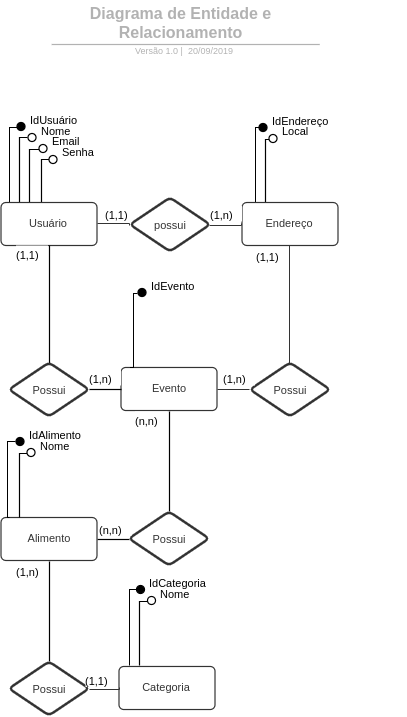
fga-eps-mds/2019.2-FoodCare keeps this draw.io diagram as docs/images/DER.png. Above is the earlier version. Source tidied: cells renumbered, new cells last; positions are measured from the earlier drawing's top-left corner, leaving out a move shared by most shapes.
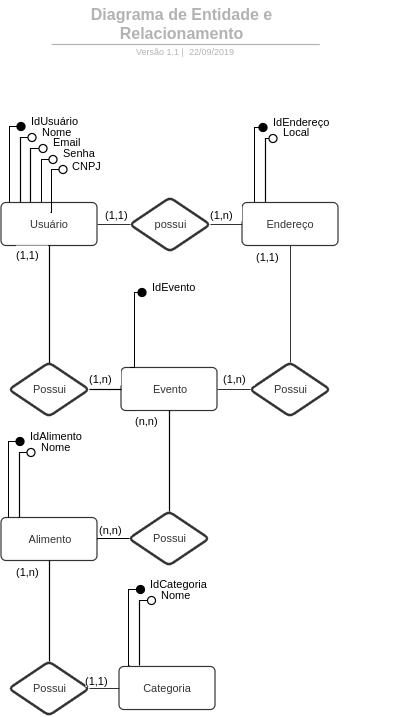
After the change.

Commit message:
Corrige DER

Diff of the diagram source:
```diff
@@ -242,8 +242,22 @@
     <mxCell id="67" style="html=1;jettySize=18;fontSize=11;strokeColor=#b2b2b2;strokeOpacity=100;strokeWidth=1.2;rounded=1;arcSize=16;startArrow=none;endArrow=none;exitX=0.11699004487890208;exitY=0.9673824779331781;exitPerimeter=1;entryX=0.892957226153803;entryY=0.9673824779331781;entryPerimeter=1;" parent="1" edge="1" source="66" target="66">
       <mxGeometry relative="1" as="geometry" />
     </mxCell>
-    <mxCell id="68" value="Versão 1.0 |&amp;nbsp; 20/09/2019" style="html=1;whiteSpace=wrap;fontSize=9;fontColor=#b2b2b2;align=center;spacingLeft=5.628;spacingRight=9.38;spacingTop=2.68;spacing=4;strokeOpacity=0;fillOpacity=0;rounded=1;absoluteArcSize=1;arcSize=9.6;fillColor=#ffffff;strokeWidth=1.2;" parent="1" vertex="1">
+    <mxCell id="68" value="Versão 1.1 |&amp;nbsp; 22/09/2019" style="html=1;whiteSpace=wrap;fontSize=9;fontColor=#b2b2b2;align=center;spacingLeft=5.628;spacingRight=9.38;spacingTop=2.68;spacing=4;strokeOpacity=0;fillOpacity=0;rounded=1;absoluteArcSize=1;arcSize=9.6;fillColor=#ffffff;strokeWidth=1.2;" parent="1" vertex="1">
       <mxGeometry x="24" y="44" width="324" height="12" as="geometry" />
     </mxCell>
+    <mxCell id="69" style="html=1;jettySize=18;fontSize=11;strokeWidth=1.2;rounded=1;arcSize=0;edgeStyle=orthogonalEdgeStyle;startArrow=none;endArrow=none;exitX=0.41356356287256324;exitY=-0.01400277318614865;exitPerimeter=1;entryX=-0.07494300617068816;entryY=0.5;entryPerimeter=1;" parent="1" edge="1" target="70">
+      <mxGeometry relative="1" as="geometry">
+        <mxPoint x="49" y="212" as="sourcePoint" />
+        <Array as="points">
+          <mxPoint x="49.5" y="169" />
+        </Array>
+      </mxGeometry>
+    </mxCell>
+    <mxCell id="70" style="html=1;whiteSpace=wrap;ellipse;fontSize=11;spacing=5;strokeOpacity=100;strokeWidth=1.2;" parent="1" vertex="1">
+      <mxGeometry x="57.5" y="165" width="8" height="8" as="geometry" />
+    </mxCell>
+    <mxCell id="71" value="CNPJ" style="html=1;whiteSpace=wrap;fontSize=11;fontColor=#000000;align=left;spacing=5;verticalAlign=bottom;strokeOpacity=0;fillOpacity=0;fillColor=#ffffff;strokeWidth=1.2;" parent="1" vertex="1">
+      <mxGeometry x="64.5" y="145.5" width="129" height="32" as="geometry" />
+    </mxCell>
   </root>
 </mxGraphModel>
```
